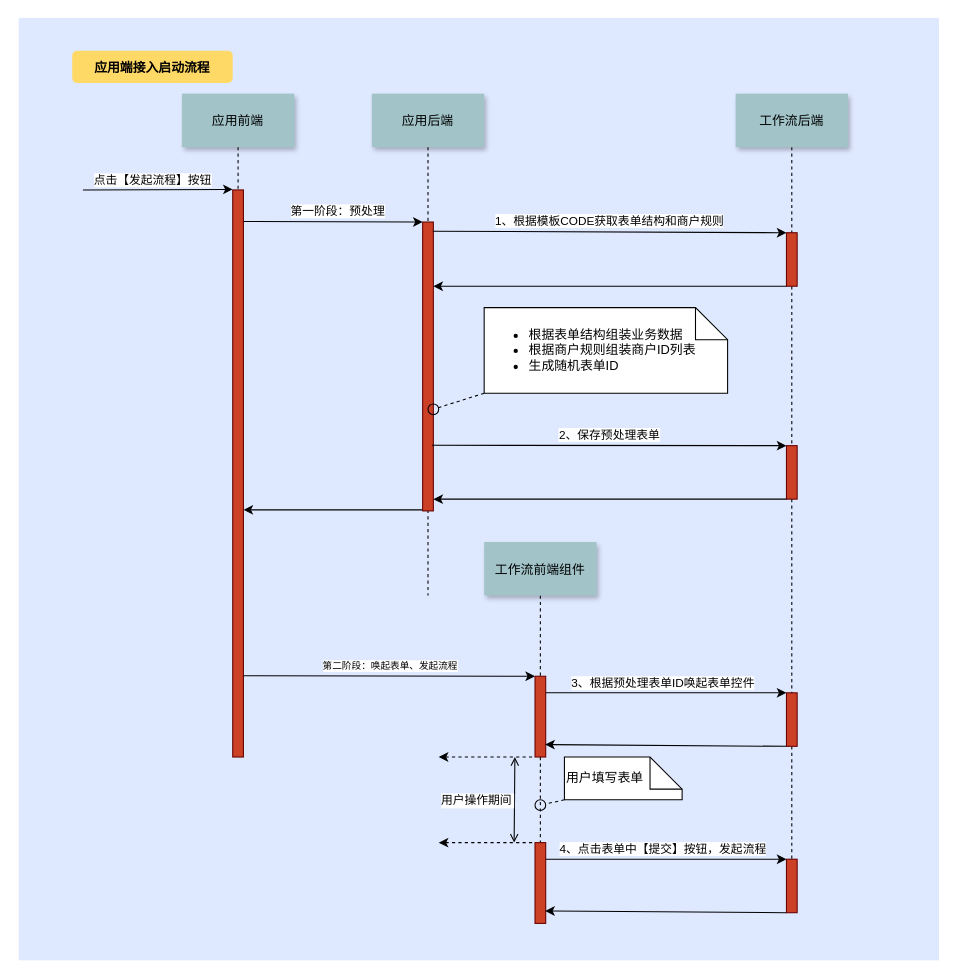
Before: 未命名绘图.drawio in cdwxw/cdwxw, a draw.io diagram. Source tidied: cells renumbered, new cells numbered last; positions are measured from the earlier drawing's top-left corner, leaving out a move shared by most shapes. Both pictures are drawn from the tidied source at 107%, with x=0, y=0 at pixel (18, 17).
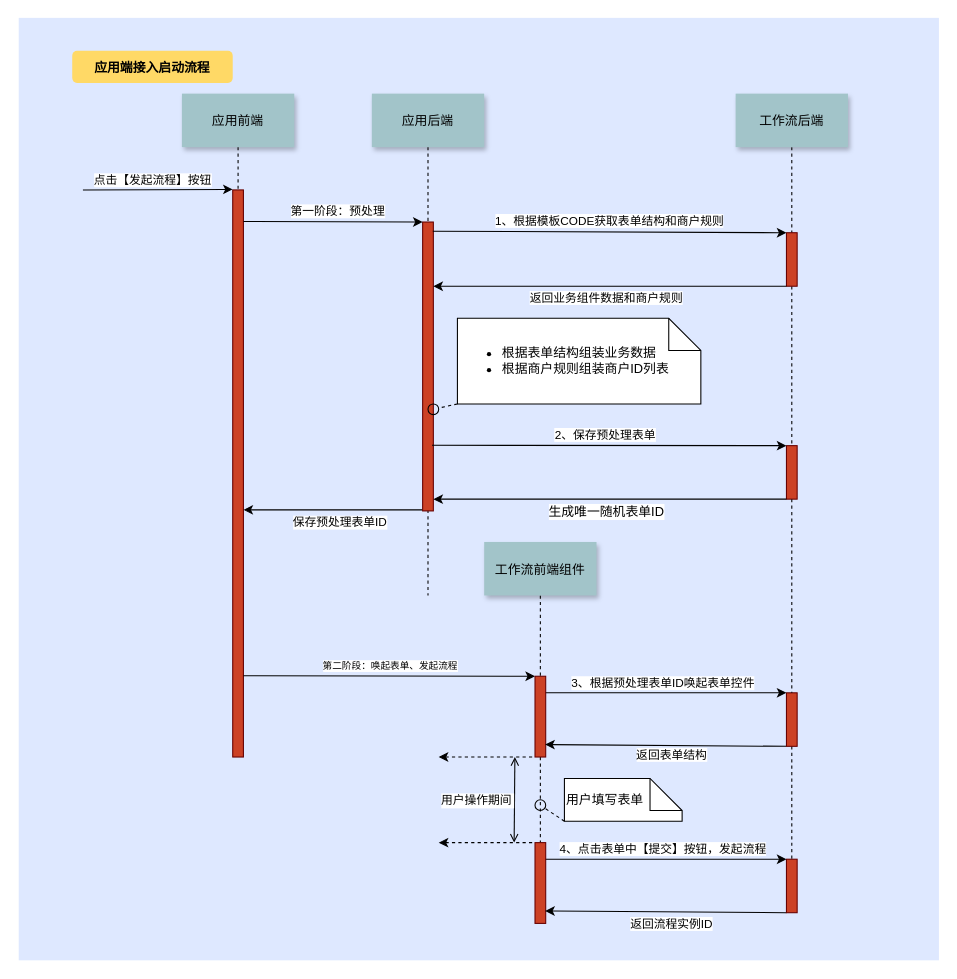
Above is the later version.

Commit message:
更新未命名绘图.drawio

The change refers to these unchanged cells:
```xml
<mxCell id="8" style="edgeStyle=orthogonalEdgeStyle;rounded=1;orthogonalLoop=1;jettySize=auto;html=1;exitX=0;exitY=1;exitDx=0;exitDy=0;startArrow=none;startFill=0;endArrow=classic;endFill=1;" parent="1" edge="1">
  <mxGeometry relative="1" as="geometry">
    <mxPoint x="377.5" y="460" as="sourcePoint" />
    <mxPoint x="210" y="460" as="targetPoint" />
    <Array as="points">
      <mxPoint x="290" y="460" />
      <mxPoint x="290" y="460" />
    </Array>
  </mxGeometry>
</mxCell>
<mxCell id="21" style="edgeStyle=elbowEdgeStyle;elbow=vertical;verticalLabelPosition=top;verticalAlign=bottom;startArrow=classic;startFill=1;endArrow=none;endFill=0;entryX=0;entryY=1;entryDx=0;entryDy=0;" parent="1" edge="1" source="10" target="20">
  <mxGeometry as="geometry">
    <mxPoint x="2" y="-2" as="offset" />
  </mxGeometry>
</mxCell>
<mxCell id="30" style="edgeStyle=elbowEdgeStyle;elbow=vertical;verticalLabelPosition=middle;verticalAlign=middle;startArrow=classic;startFill=1;endArrow=none;endFill=0;entryX=0;entryY=1;entryDx=0;entryDy=0;html=1;labelPosition=center;align=center;" parent="1" edge="1" target="29">
  <mxGeometry y="99" as="geometry">
    <mxPoint x="387.5" y="450" as="sourcePoint" />
    <Array as="points">
      <mxPoint x="540" y="450" />
      <mxPoint x="480" y="450" />
      <mxPoint x="383" y="448" />
    </Array>
    <mxPoint x="13" y="10" as="offset" />
  </mxGeometry>
</mxCell>
<mxCell id="31" style="endArrow=classic;html=1;rounded=1;fontSize=9;exitX=0.883;exitY=0.645;exitDx=0;exitDy=0;exitPerimeter=0;entryX=0;entryY=0;entryDx=0;entryDy=0;spacingTop=0;endFill=1;" parent="1" edge="1" target="29">
  <mxGeometry relative="1" as="geometry">
    <mxPoint x="386.3" y="399.7" as="sourcePoint" />
  </mxGeometry>
</mxCell>
<mxCell id="41" style="edgeStyle=none;rounded=1;jettySize=auto;html=1;exitX=0;exitY=1;exitDx=0;exitDy=0;entryX=0.95;entryY=0.846;entryDx=0;entryDy=0;entryPerimeter=0;fontSize=11;startArrow=none;startFill=0;endArrow=classic;endFill=1;" parent="1" edge="1" source="43" target="40">
  <mxGeometry relative="1" as="geometry" />
</mxCell>
<mxCell id="48" style="edgeStyle=none;rounded=1;jettySize=auto;html=1;exitX=0;exitY=1;exitDx=0;exitDy=0;entryX=0.95;entryY=0.846;entryDx=0;entryDy=0;entryPerimeter=0;fontSize=11;startArrow=none;startFill=0;endArrow=classic;endFill=1;" parent="1" edge="1" source="49" target="47">
  <mxGeometry relative="1" as="geometry" />
</mxCell>
```

The edit, as a diff of the source:
```diff
@@
+    <mxCell id="53" value="保存预处理表单ID" style="edgeLabel;html=1;align=center;verticalAlign=middle;" parent="8" vertex="1">
+      <mxGeometry x="-0.31" y="-1" relative="1" as="geometry">
+        <mxPoint x="-20" y="12" as="offset" />
+      </mxGeometry>
+    </mxCell>
@@
+    <mxCell id="54" value="返回业务组件数据和商户规则" style="edgeLabel;html=1;align=center;verticalAlign=middle;" parent="21" vertex="1">
+      <mxGeometry relative="1" as="geometry">
+        <mxPoint x="-4" y="10" as="offset" />
+      </mxGeometry>
+    </mxCell>
@@
-    <mxCell id="25" value="&lt;ul&gt;&lt;li&gt;根据表单结构组装业务数据&lt;/li&gt;&lt;li&gt;根据商户规则组装商户ID列表&lt;/li&gt;&lt;li&gt;生成随机表单ID&lt;/li&gt;&lt;/ul&gt;" style="shape=note;align=left;html=1;" parent="1" vertex="1">
-      <mxGeometry x="435" y="271" width="227.5" height="80" as="geometry" />
+    <mxCell id="25" value="&lt;ul&gt;&lt;li&gt;根据表单结构组装业务数据&lt;/li&gt;&lt;li&gt;根据商户规则组装商户ID列表&lt;/li&gt;&lt;/ul&gt;" style="shape=note;align=left;html=1;" parent="1" vertex="1">
+      <mxGeometry x="410" y="281" width="227.5" height="80" as="geometry" />
     </mxCell>
@@
+    <mxCell id="55" value="&lt;span style=&quot;font-size: 12px; text-align: left;&quot;&gt;生成唯一随机表单ID&lt;/span&gt;" style="edgeLabel;html=1;align=center;verticalAlign=middle;" parent="30" vertex="1">
+      <mxGeometry relative="1" as="geometry">
+        <mxPoint x="-4" y="11" as="offset" />
+      </mxGeometry>
+    </mxCell>
@@
     <mxCell id="32" value="&lt;span style=&quot;font-size: 11px;&quot;&gt;2、保存预处理表单&lt;/span&gt;" style="edgeLabel;html=1;align=center;verticalAlign=middle;fontSize=9;" parent="31" vertex="1">
       <mxGeometry x="0.15" relative="1" as="geometry">
-        <mxPoint x="-25" y="-10" as="offset" />
+        <mxPoint x="-29" y="-10" as="offset" />
       </mxGeometry>
     </mxCell>
@@
+    <mxCell id="56" value="返回表单结构" style="edgeLabel;html=1;align=center;verticalAlign=middle;" parent="41" vertex="1">
+      <mxGeometry x="-0.38" y="-1" relative="1" as="geometry">
+        <mxPoint x="-38" y="9" as="offset" />
+      </mxGeometry>
+    </mxCell>
@@
+    <mxCell id="57" value="返回流程实例ID" style="edgeLabel;html=1;align=center;verticalAlign=middle;" parent="48" vertex="1">
+      <mxGeometry x="-0.24" relative="1" as="geometry">
+        <mxPoint x="-22" y="11" as="offset" />
+      </mxGeometry>
+    </mxCell>
@@
     <mxCell id="51" value="用户填写表单" style="shape=note;align=left;html=1;" parent="1" vertex="1">
-      <mxGeometry x="510" y="691" width="110" height="40" as="geometry" />
+      <mxGeometry x="510" y="711" width="110" height="40" as="geometry" />
     </mxCell>
```
